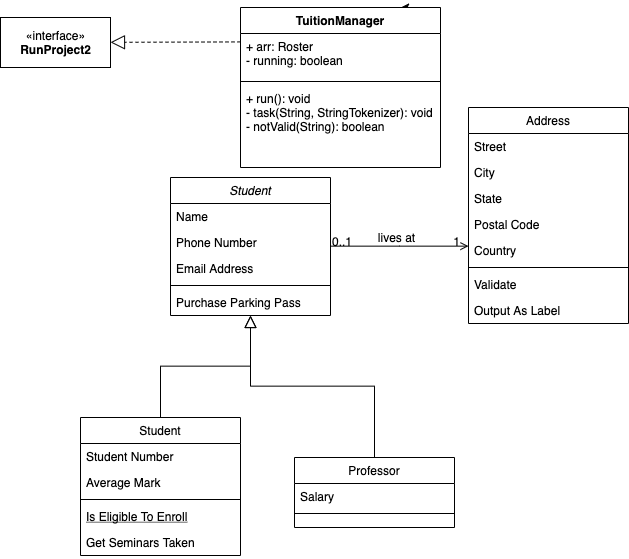
This is UMLDiagram.png from JDunich/Student-Tuition-API, a draw.io export, as it was before one commit. Source tidied: cells renumbered, new cells last; positions are measured from the earlier drawing's top-left corner, leaving out a move shared by most shapes.
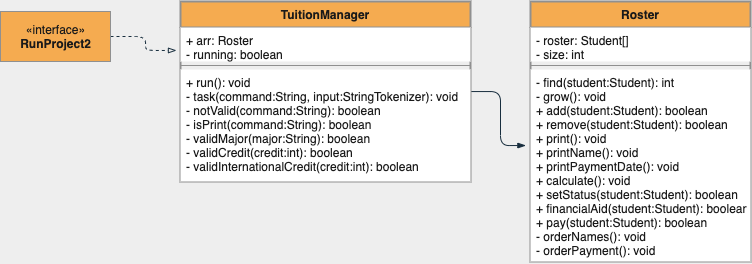
The same diagram one commit later.

Diff of the diagram source:
```diff
@@ -1,130 +1,39 @@
-<mxGraphModel>
+<mxGraphModel background="#EEEEEE">
   <root>
     <mxCell id="0" />
     <mxCell id="1" parent="0" />
-    <mxCell id="2" value="Student" style="swimlane;fontStyle=2;align=center;verticalAlign=top;horizontal=1;startSize=26;rounded=0;shadow=0;strokeWidth=1;" parent="1" vertex="1">
-      <mxGeometry x="170" y="170" width="160" height="138" as="geometry" />
-    </mxCell>
-    <mxCell id="3" value="Name" style="text;align=left;verticalAlign=top;spacingLeft=4;spacingRight=4;overflow=hidden;" parent="2" vertex="1">
-      <mxGeometry y="26" width="160" height="26" as="geometry" />
-    </mxCell>
-    <mxCell id="4" value="Phone Number" style="text;align=left;verticalAlign=top;spacingLeft=4;spacingRight=4;overflow=hidden;rounded=0;shadow=0;html=0;" parent="2" vertex="1">
-      <mxGeometry y="52" width="160" height="26" as="geometry" />
-    </mxCell>
-    <mxCell id="5" value="Email Address" style="text;align=left;verticalAlign=top;spacingLeft=4;spacingRight=4;overflow=hidden;rounded=0;shadow=0;html=0;" parent="2" vertex="1">
-      <mxGeometry y="78" width="160" height="26" as="geometry" />
-    </mxCell>
-    <mxCell id="6" style="line;html=1;strokeWidth=1;align=left;verticalAlign=middle;spacingTop=-1;spacingLeft=3;spacingRight=3;labelPosition=right;" parent="2" vertex="1">
-      <mxGeometry y="104" width="160" height="8" as="geometry" />
-    </mxCell>
-    <mxCell id="7" value="Purchase Parking Pass" style="text;align=left;verticalAlign=top;spacingLeft=4;spacingRight=4;overflow=hidden;" parent="2" vertex="1">
-      <mxGeometry y="112" width="160" height="26" as="geometry" />
-    </mxCell>
-    <mxCell id="8" value="Student" style="swimlane;fontStyle=0;align=center;verticalAlign=top;horizontal=1;startSize=26;rounded=0;shadow=0;strokeWidth=1;" parent="1" vertex="1">
-      <mxGeometry x="80" y="410" width="160" height="138" as="geometry" />
-    </mxCell>
-    <mxCell id="9" value="Student Number" style="text;align=left;verticalAlign=top;spacingLeft=4;spacingRight=4;overflow=hidden;" parent="8" vertex="1">
-      <mxGeometry y="26" width="160" height="26" as="geometry" />
-    </mxCell>
-    <mxCell id="10" value="Average Mark" style="text;align=left;verticalAlign=top;spacingLeft=4;spacingRight=4;overflow=hidden;rounded=0;shadow=0;html=0;" parent="8" vertex="1">
-      <mxGeometry y="52" width="160" height="26" as="geometry" />
-    </mxCell>
-    <mxCell id="11" style="line;html=1;strokeWidth=1;align=left;verticalAlign=middle;spacingTop=-1;spacingLeft=3;spacingRight=3;labelPosition=right;" parent="8" vertex="1">
-      <mxGeometry y="78" width="160" height="8" as="geometry" />
-    </mxCell>
-    <mxCell id="12" value="Is Eligible To Enroll" style="text;align=left;verticalAlign=top;spacingLeft=4;spacingRight=4;overflow=hidden;fontStyle=4;" parent="8" vertex="1">
-      <mxGeometry y="86" width="160" height="26" as="geometry" />
-    </mxCell>
-    <mxCell id="13" value="Get Seminars Taken" style="text;align=left;verticalAlign=top;spacingLeft=4;spacingRight=4;overflow=hidden;" parent="8" vertex="1">
-      <mxGeometry y="112" width="160" height="26" as="geometry" />
-    </mxCell>
-    <mxCell id="14" style="endArrow=block;endSize=10;endFill=0;shadow=0;strokeWidth=1;rounded=0;edgeStyle=elbowEdgeStyle;elbow=vertical;" parent="1" edge="1" source="8" target="2">
-      <mxGeometry relative="1" as="geometry" />
-    </mxCell>
-    <mxCell id="15" value="Professor" style="swimlane;fontStyle=0;align=center;verticalAlign=top;horizontal=1;startSize=26;rounded=0;shadow=0;strokeWidth=1;" parent="1" vertex="1">
-      <mxGeometry x="294" y="450" width="160" height="70" as="geometry" />
-    </mxCell>
-    <mxCell id="16" value="Salary" style="text;align=left;verticalAlign=top;spacingLeft=4;spacingRight=4;overflow=hidden;" parent="15" vertex="1">
-      <mxGeometry y="26" width="160" height="26" as="geometry" />
-    </mxCell>
-    <mxCell id="17" style="line;html=1;strokeWidth=1;align=left;verticalAlign=middle;spacingTop=-1;spacingLeft=3;spacingRight=3;labelPosition=right;" parent="15" vertex="1">
-      <mxGeometry y="52" width="160" height="8" as="geometry" />
-    </mxCell>
-    <mxCell id="18" style="endArrow=block;endSize=10;endFill=0;shadow=0;strokeWidth=1;rounded=0;edgeStyle=elbowEdgeStyle;elbow=vertical;" parent="1" edge="1" source="15" target="2">
-      <mxGeometry relative="1" as="geometry" />
-    </mxCell>
-    <mxCell id="19" value="Address" style="swimlane;fontStyle=0;align=center;verticalAlign=top;horizontal=1;startSize=26;rounded=0;shadow=0;strokeWidth=1;" parent="1" vertex="1">
-      <mxGeometry x="468" y="100" width="160" height="216" as="geometry" />
-    </mxCell>
-    <mxCell id="20" value="Street" style="text;align=left;verticalAlign=top;spacingLeft=4;spacingRight=4;overflow=hidden;" parent="19" vertex="1">
-      <mxGeometry y="26" width="160" height="26" as="geometry" />
-    </mxCell>
-    <mxCell id="21" value="City" style="text;align=left;verticalAlign=top;spacingLeft=4;spacingRight=4;overflow=hidden;rounded=0;shadow=0;html=0;" parent="19" vertex="1">
-      <mxGeometry y="52" width="160" height="26" as="geometry" />
-    </mxCell>
-    <mxCell id="22" value="State" style="text;align=left;verticalAlign=top;spacingLeft=4;spacingRight=4;overflow=hidden;rounded=0;shadow=0;html=0;" parent="19" vertex="1">
-      <mxGeometry y="78" width="160" height="26" as="geometry" />
-    </mxCell>
-    <mxCell id="23" value="Postal Code" style="text;align=left;verticalAlign=top;spacingLeft=4;spacingRight=4;overflow=hidden;rounded=0;shadow=0;html=0;" parent="19" vertex="1">
-      <mxGeometry y="104" width="160" height="26" as="geometry" />
-    </mxCell>
-    <mxCell id="24" value="Country" style="text;align=left;verticalAlign=top;spacingLeft=4;spacingRight=4;overflow=hidden;rounded=0;shadow=0;html=0;" parent="19" vertex="1">
-      <mxGeometry y="130" width="160" height="26" as="geometry" />
-    </mxCell>
-    <mxCell id="25" style="line;html=1;strokeWidth=1;align=left;verticalAlign=middle;spacingTop=-1;spacingLeft=3;spacingRight=3;labelPosition=right;" parent="19" vertex="1">
-      <mxGeometry y="156" width="160" height="8" as="geometry" />
-    </mxCell>
-    <mxCell id="26" value="Validate" style="text;align=left;verticalAlign=top;spacingLeft=4;spacingRight=4;overflow=hidden;" parent="19" vertex="1">
-      <mxGeometry y="164" width="160" height="26" as="geometry" />
-    </mxCell>
-    <mxCell id="27" value="Output As Label" style="text;align=left;verticalAlign=top;spacingLeft=4;spacingRight=4;overflow=hidden;" parent="19" vertex="1">
-      <mxGeometry y="190" width="160" height="26" as="geometry" />
-    </mxCell>
-    <mxCell id="28" style="endArrow=open;shadow=0;strokeWidth=1;rounded=0;endFill=1;edgeStyle=elbowEdgeStyle;elbow=vertical;" parent="1" edge="1" source="2" target="19">
-      <mxGeometry x="0.5" y="41" relative="1" as="geometry">
-        <mxPoint x="-40" y="32" as="offset" />
-      </mxGeometry>
-    </mxCell>
-    <mxCell id="29" value="0..1" style="align=left;verticalAlign=bottom;labelBackgroundColor=none;fontSize=12;" parent="28" vertex="1">
-      <mxGeometry x="-1" relative="1" as="geometry">
-        <mxPoint y="4" as="offset" />
-      </mxGeometry>
-    </mxCell>
-    <mxCell id="30" value="1" style="align=right;verticalAlign=bottom;labelBackgroundColor=none;fontSize=12;" parent="28" vertex="1">
-      <mxGeometry x="1" relative="1" as="geometry">
-        <mxPoint x="-7" y="4" as="offset" />
-      </mxGeometry>
-    </mxCell>
-    <mxCell id="31" value="lives at" style="text;html=1;align=center;verticalAlign=middle;labelBackgroundColor=none;rounded=0;shadow=0;strokeWidth=1;fontSize=12;" parent="28" vertex="1">
-      <mxGeometry x="0.5" y="49" relative="1" as="geometry">
-        <mxPoint x="-38" y="40" as="offset" />
-      </mxGeometry>
-    </mxCell>
+    <mxCell id="39" style="edgeStyle=orthogonalEdgeStyle;jettySize=auto;html=1;exitX=1;exitY=0.5;exitDx=0;exitDy=0;entryX=-0.014;entryY=0.675;entryDx=0;entryDy=0;entryPerimeter=0;dashed=1;endArrow=blockThin;endFill=0;strokeColor=#182E3E;fontColor=#1A1A1A;labelBackgroundColor=#EEEEEE;" parent="1" edge="1" source="32" target="36">
+      <mxGeometry relative="1" as="geometry" />
+    </mxCell>
-    <mxCell id="32" value="«interface»&lt;br&gt;&lt;b&gt;RunProject2&lt;/b&gt;" style="html=1;" parent="1" vertex="1">
-      <mxGeometry y="10" width="110" height="50" as="geometry" />
+    <mxCell id="32" value="«interface»&lt;br&gt;&lt;b&gt;RunProject2&lt;/b&gt;" style="html=1;fillColor=#F5AB50;strokeColor=#909090;fontColor=#1A1A1A;" parent="1" vertex="1">
+      <mxGeometry x="-10" width="110" height="50" as="geometry" />
     </mxCell>
-    <mxCell id="33" style="endArrow=block;dashed=1;endFill=0;endSize=12;html=1;rounded=0;" parent="1" edge="1">
-      <mxGeometry relative="1" as="geometry">
-        <mxPoint x="240" y="34.4" as="sourcePoint" />
-        <mxPoint x="110" y="34.8" as="targetPoint" />
-      </mxGeometry>
-    </mxCell>
-    <mxCell id="34" style="edgeStyle=orthogonalEdgeStyle;rounded=0;jettySize=auto;html=1;exitX=1;exitY=0;exitDx=0;exitDy=0;" parent="1" edge="1" source="35">
-      <mxGeometry relative="1" as="geometry">
-        <mxPoint x="400.1" y="-0.2" as="targetPoint" />
-      </mxGeometry>
-    </mxCell>
+    <mxCell id="40" style="edgeStyle=orthogonalEdgeStyle;jettySize=auto;html=1;entryX=-0.021;entryY=0.396;entryDx=0;entryDy=0;entryPerimeter=0;endArrow=blockThin;endFill=1;strokeColor=#182E3E;fontColor=#1A1A1A;labelBackgroundColor=#EEEEEE;" parent="1" edge="1" source="35" target="44">
+      <mxGeometry relative="1" as="geometry" />
+    </mxCell>
-    <mxCell id="35" value="TuitionManager" style="swimlane;fontStyle=1;align=center;verticalAlign=top;horizontal=1;startSize=26;" parent="1" vertex="1">
-      <mxGeometry x="240" width="200" height="160" as="geometry" />
+    <mxCell id="35" value="TuitionManager" style="swimlane;fontStyle=1;align=center;verticalAlign=top;horizontal=1;startSize=26;fillColor=#F5AB50;strokeColor=#909090;fontColor=#1A1A1A;strokeWidth=2;" parent="1" vertex="1">
+      <mxGeometry x="170" y="-10" width="290" height="180" as="geometry" />
     </mxCell>
-    <mxCell id="36" value="+ arr: Roster&#10;- running: boolean" style="text;strokeColor=none;fillColor=none;align=left;verticalAlign=top;spacingLeft=4;spacingRight=4;overflow=hidden;points=[[0,0.5],[1,0.5]];portConstraint=eastwest;" parent="35" vertex="1">
-      <mxGeometry y="26" width="200" height="44" as="geometry" />
+    <mxCell id="36" value="+ arr: Roster&#10;- running: boolean" style="text;strokeColor=none;fillColor=default;align=left;verticalAlign=top;spacingLeft=4;spacingRight=4;overflow=hidden;points=[[0,0.5],[1,0.5]];portConstraint=eastwest;fontColor=#1A1A1A;" parent="35" vertex="1">
+      <mxGeometry y="26" width="290" height="34" as="geometry" />
     </mxCell>
-    <mxCell id="37" style="line;strokeWidth=1;fillColor=none;align=left;verticalAlign=middle;spacingTop=-1;spacingLeft=3;spacingRight=3;labelPosition=right;" parent="35" vertex="1">
-      <mxGeometry y="70" width="200" height="8" as="geometry" />
+    <mxCell id="37" style="line;strokeWidth=1;fillColor=none;align=left;verticalAlign=middle;spacingTop=-1;spacingLeft=3;spacingRight=3;labelPosition=right;strokeColor=#909090;fontColor=#1A1A1A;labelBackgroundColor=#EEEEEE;" parent="35" vertex="1">
+      <mxGeometry y="60" width="290" height="8" as="geometry" />
     </mxCell>
-    <mxCell id="38" value="+ run(): void&#10;- task(String, StringTokenizer): void&#10;- notValid(String): boolean&#10;&#10;&#10;" style="text;strokeColor=none;fillColor=none;align=left;verticalAlign=top;spacingLeft=4;spacingRight=4;overflow=hidden;" parent="35" vertex="1">
-      <mxGeometry y="78" width="200" height="82" as="geometry" />
+    <mxCell id="38" value="+ run(): void&#10;- task(command:String, input:StringTokenizer): void&#10;- notValid(command:String): boolean&#10;- isPrint(command:String): boolean&#10;- validMajor(major:String): boolean&#10;- validCredit(credit:int): boolean&#10;- validInternationalCredit(credit:int): boolean" style="text;strokeColor=none;fillColor=default;align=left;verticalAlign=top;spacingLeft=4;spacingRight=4;overflow=hidden;fontColor=#1A1A1A;" parent="35" vertex="1">
+      <mxGeometry y="68" width="290" height="112" as="geometry" />
     </mxCell>
+    <mxCell id="41" value="Roster" style="swimlane;fontStyle=1;align=center;verticalAlign=top;horizontal=1;startSize=26;fillColor=#F5AB50;strokeColor=#909090;fontColor=#1A1A1A;strokeWidth=2;" parent="1" vertex="1">
+      <mxGeometry x="520" y="-10" width="220" height="260" as="geometry" />
+    </mxCell>
+    <mxCell id="42" value="- roster: Student[]&#10;- size: int" style="text;strokeColor=none;fillColor=default;align=left;verticalAlign=top;spacingLeft=4;spacingRight=4;overflow=hidden;fontColor=#1A1A1A;" parent="41" vertex="1">
+      <mxGeometry y="26" width="220" height="34" as="geometry" />
+    </mxCell>
+    <mxCell id="43" style="line;strokeWidth=1;fillColor=none;align=left;verticalAlign=middle;spacingTop=-1;spacingLeft=3;spacingRight=3;labelPosition=right;strokeColor=#909090;fontColor=#1A1A1A;labelBackgroundColor=#EEEEEE;" parent="41" vertex="1">
+      <mxGeometry y="60" width="220" height="8" as="geometry" />
+    </mxCell>
+    <mxCell id="44" value="- find(student:Student): int&#10;- grow(): void&#10;+ add(student:Student): boolean&#10;+ remove(student:Student): boolean&#10;+ print(): void&#10;+ printName(): void&#10;+ printPaymentDate(): void&#10;+ calculate(): void&#10;+ setStatus(student:Student): boolean&#10;+ financialAid(student:Student): boolean&#10;+ pay(student:Student): boolean&#10;- orderNames(): void&#10;- orderPayment(): void&#10;" style="text;strokeColor=none;fillColor=default;align=left;verticalAlign=top;spacingLeft=4;spacingRight=4;overflow=hidden;points=[[0,0.5],[1,0.5]];portConstraint=eastwest;fontColor=#1A1A1A;" parent="41" vertex="1">
+      <mxGeometry y="68" width="220" height="192" as="geometry" />
+    </mxCell>
   </root>
 </mxGraphModel>
```
